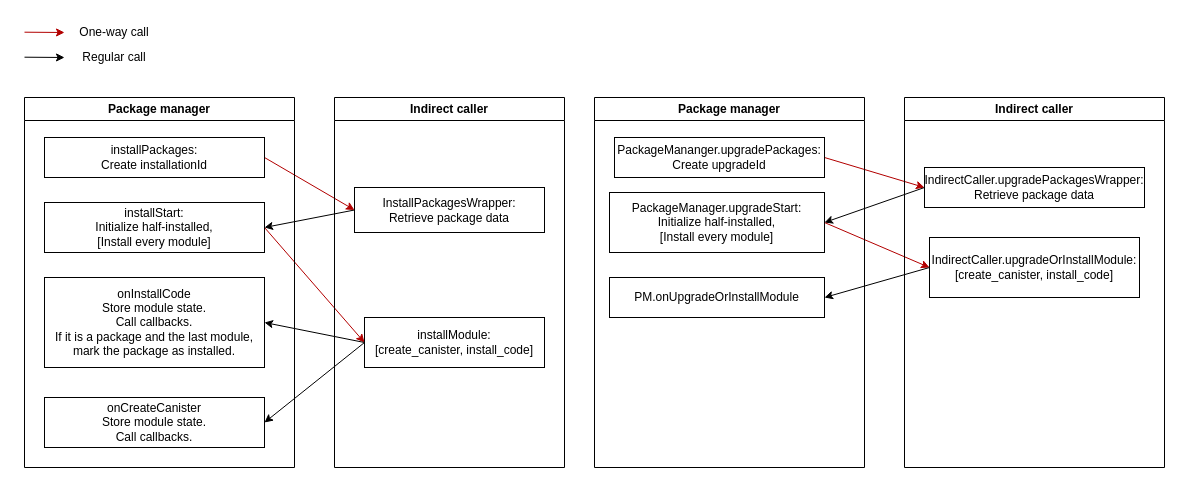
Before: page "Page-1" (1 of 2) of docs/calls.drawio in vporton/icp-package-manager, a draw.io diagram. Source tidied: cells renumbered, new cells numbered last; positions are measured from the earlier drawing's top-left corner, leaving out a move shared by most shapes. Both pictures are drawn from the tidied source at 100%, with x=0, y=0 at pixel (24, 17).
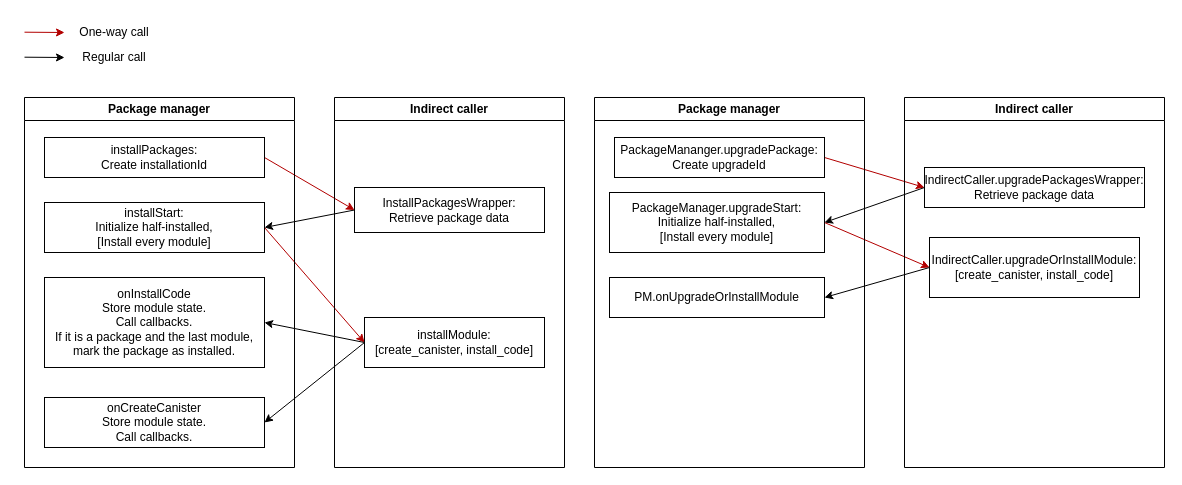
The same diagram, later.

The change refers to these unchanged cells:
```xml
<mxCell id="23" value="Package manager" style="swimlane;whiteSpace=wrap;html=1;" parent="1" vertex="1">
  <mxGeometry x="570" y="80" width="270" height="370" as="geometry" />
</mxCell>
```

The edit, as a diff of the source:
```diff
@@
-    <mxCell id="24" value="PackageMananger.upgradePackages:&lt;br&gt;Create upgradeId" style="rounded=0;whiteSpace=wrap;html=1;" parent="23" vertex="1">
+    <mxCell id="24" value="PackageMananger.upgradePackage:&lt;br&gt;Create upgradeId" style="rounded=0;whiteSpace=wrap;html=1;" parent="23" vertex="1">
       <mxGeometry x="20" y="40" width="210" height="40" as="geometry" />
     </mxCell>
```
